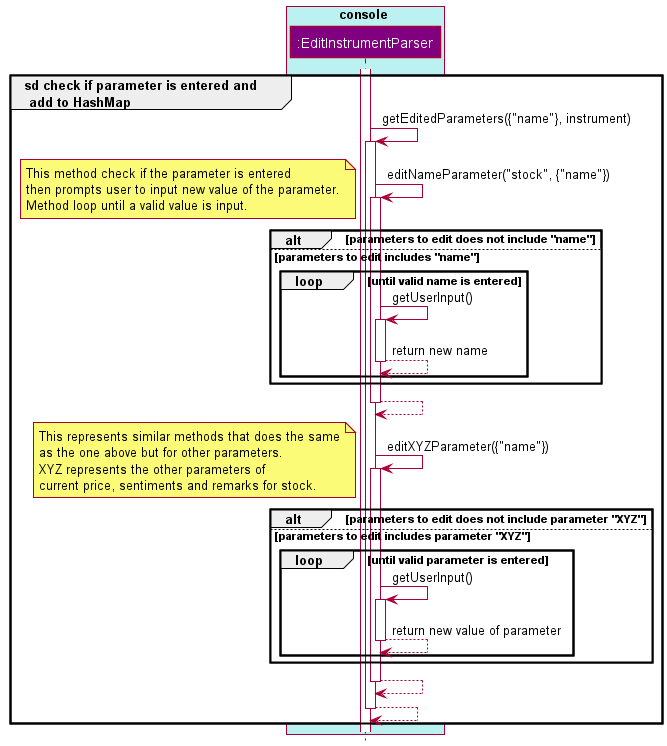
williamlamjy/mTracker keeps this PlantUML diagram as docs/images/EditRefrence.png. Above is the earlier version. Its diagram source:
```plantuml
@startuml
!include Styles.puml

box console COLOR_CONSOLE_SEGMENT
participant ":EditInstrumentParser" as EditInstrumentParser COLOR_MODEL
end box

group sd check if parameter is entered and \n add to HashMap

activate EditInstrumentParser

EditInstrumentParser -> EditInstrumentParser: getEditedParameters({"name"}, instrument)
activate EditInstrumentParser

EditInstrumentParser -> EditInstrumentParser: editNameParameter("stock", {"name"})
note left: This method check if the parameter is entered \nthen prompts user to input new value of the parameter.\nMethod loop until a valid value is input.
activate EditInstrumentParser

alt parameters to edit does not include "name"
else parameters to edit includes "name"
loop until valid name is entered
EditInstrumentParser -> EditInstrumentParser: getUserInput()
activate EditInstrumentParser
EditInstrumentParser --> EditInstrumentParser: return new name
deactivate EditInstrumentParser
end
end

EditInstrumentParser --> EditInstrumentParser
deactivate EditInstrumentParser

EditInstrumentParser -> EditInstrumentParser: editXYZParameter({"name"})
note left: This represents similar methods that does the same\nas the one above but for other parameters.\nXYZ represents the other parameters of\ncurrent price, sentiments and remarks for stock.
activate EditInstrumentParser

alt parameters to edit does not include parameter "XYZ"
else parameters to edit includes parameter "XYZ"
loop until valid parameter is entered
EditInstrumentParser -> EditInstrumentParser: getUserInput()
activate EditInstrumentParser
EditInstrumentParser --> EditInstrumentParser: return new value of parameter
deactivate EditInstrumentParser
end
end
EditInstrumentParser --> EditInstrumentParser
deactivate EditInstrumentParser

EditInstrumentParser --> EditInstrumentParser
deactivate EditInstrumentParser

end
@enduml
```
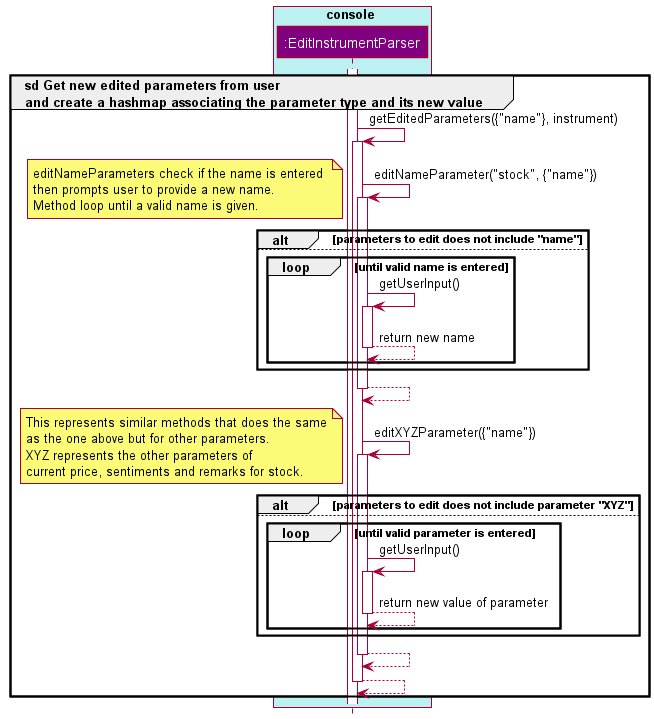
The same diagram one commit later.

The edit, as a diff of the source:
```diff
@@ -5,7 +5,7 @@
 participant ":EditInstrumentParser" as EditInstrumentParser COLOR_MODEL
 end box
 
-group sd check if parameter is entered and \n add to HashMap
+group sd Get new edited parameters from user \nand create a hashmap associating the parameter type and its new value
 
 activate EditInstrumentParser
 
@@ -13,11 +13,11 @@
 activate EditInstrumentParser
 
 EditInstrumentParser -> EditInstrumentParser: editNameParameter("stock", {"name"})
-note left: This method check if the parameter is entered \nthen prompts user to input new value of the parameter.\nMethod loop until a valid value is input.
+note left: editNameParameters check if the name is entered \nthen prompts user to provide a new name.\nMethod loop until a valid name is given.
 activate EditInstrumentParser
 
 alt parameters to edit does not include "name"
-else parameters to edit includes "name"
+else
 loop until valid name is entered
 EditInstrumentParser -> EditInstrumentParser: getUserInput()
 activate EditInstrumentParser
@@ -34,7 +34,7 @@
 activate EditInstrumentParser
 
 alt parameters to edit does not include parameter "XYZ"
-else parameters to edit includes parameter "XYZ"
+else
 loop until valid parameter is entered
 EditInstrumentParser -> EditInstrumentParser: getUserInput()
 activate EditInstrumentParser
@@ -49,4 +49,5 @@
 deactivate EditInstrumentParser
 
 end
+
 @enduml
```
